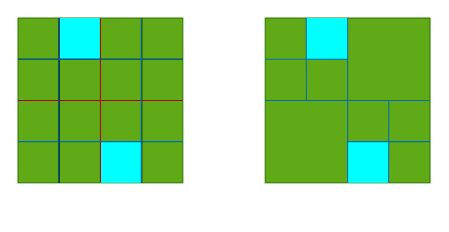
Above: page "Page-10" (10 of 11) of file/Render/Graphics/Shadow/Shadow.drawio in FallingXun/FallingXun.github.io (draw.io), before the change. Source tidied: cells renumbered, new cells numbered last; positions are measured from the earlier drawing's top-left corner, leaving out a move shared by most shapes. Both pictures are drawn from the tidied source at 103%, with x=0, y=0 at pixel (18, 18).
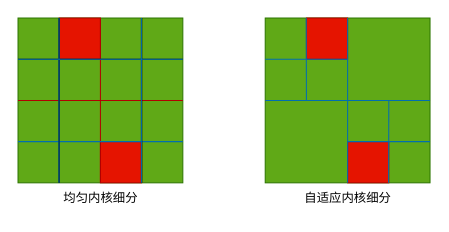
The same diagram, later.

The edit, as a diff of the source:
```diff
@@
-    <mxCell id="3" style="whiteSpace=wrap;html=1;fillColor=#00FFFF;strokeColor=none;" parent="1" vertex="1">
+    <mxCell id="3" style="whiteSpace=wrap;html=1;fillColor=#e51400;strokeColor=#B20000;fontColor=#ffffff;" parent="1" vertex="1">
       <mxGeometry x="80" y="120" width="40" height="40" as="geometry" />
     </mxCell>
@@
-    <mxCell id="5" style="whiteSpace=wrap;html=1;fillColor=#00FFFF;strokeColor=none;" parent="1" vertex="1">
+    <mxCell id="5" style="whiteSpace=wrap;html=1;fillColor=#e51400;strokeColor=#B20000;fontColor=#ffffff;" parent="1" vertex="1">
       <mxGeometry x="320" y="120" width="40" height="40" as="geometry" />
     </mxCell>
-    <mxCell id="6" style="whiteSpace=wrap;html=1;fillColor=#00FFFF;strokeColor=none;" parent="1" vertex="1">
+    <mxCell id="6" style="whiteSpace=wrap;html=1;fillColor=#e51400;strokeColor=#B20000;fontColor=#ffffff;" parent="1" vertex="1">
       <mxGeometry x="40" width="40" height="40" as="geometry" />
     </mxCell>
@@
-    <mxCell id="19" style="whiteSpace=wrap;html=1;fillColor=#00FFFF;strokeColor=none;" parent="1" vertex="1">
+    <mxCell id="19" style="whiteSpace=wrap;html=1;fillColor=#e51400;strokeColor=#B20000;fontColor=#ffffff;" parent="1" vertex="1">
       <mxGeometry x="280" width="40" height="40" as="geometry" />
     </mxCell>
@@
+    <mxCell id="27" value="均匀内核细分" style="text;html=1;align=center;verticalAlign=middle;strokeColor=none;fillColor=none;" parent="1" vertex="1">
+      <mxGeometry x="30" y="160" width="100" height="30" as="geometry" />
+    </mxCell>
+    <mxCell id="28" value="自适应内核细分" style="text;html=1;align=center;verticalAlign=middle;strokeColor=none;fillColor=none;" parent="1" vertex="1">
+      <mxGeometry x="265" y="160" width="110" height="30" as="geometry" />
+    </mxCell>
```
